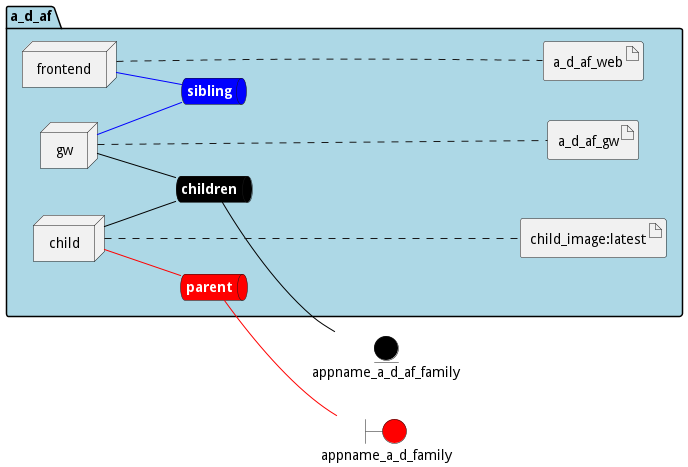
This is docs/edgemere/aml/ds/af/envs/dev/deployment.png from madajaju/edgemere, a PlantUML export, as it was before one commit.
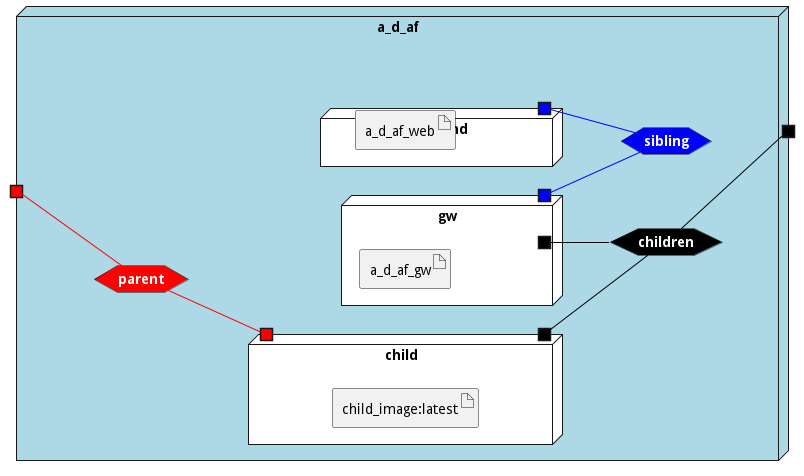
After the commit.

Change to the diagram source:
```diff
@@ -3,57 +3,64 @@
 left to right direction
 
 
-boundary appname_a_d_family #red
-
-
-entity appname_a_d_af_family #black
 
 
 
 
-package "a_d_af" #lightblue {
-    queue childrennet #black [
+
+node "a_d_af" #lightblue {
+
+
+    hexagon childrennet #black [
             <b><color:white>children</color></b>
     ]
 
-    childrennet -[#black]- appname_a_d_af_family
+    portout " " as childrennetPortOut #black
+    childrennet -[#black]- childrennetPortOut
 
-    queue siblingnet #blue [
+    hexagon siblingnet #blue [
             <b><color:white>sibling</color></b>
     ]
 
-    queue parentnet #red [
+    hexagon parentnet #red [
             <b><color:white>parent</color></b>
     ]
 
-    parentnet -[#red]- appname_a_d_family
+    portin " " as parentnetPortIn #red
+    parentnetPortIn -[#red]- parentnet
 
 
-node "child" as childService
-node "frontend" as frontendService
-node "gw" as gwService
+node "child" as childService #white {
+    portOut " " as childServicechildrennet #black
+   childServicechildrennet -[#black]- childrennet
+
+    portIn " " as childServiceparentnet #red
+    parentnet -[#red]- childServiceparentnet
 
 
-        artifact "child_image:latest" as child_imagelatestimage
+    artifact "child_image:latest" as child_imagelatestimage
 
-        artifact "a_d_af_web" as a_d_af_webimage
+}
+node "frontend" as frontendService #white {
+    portOut " " as frontendServicesiblingnet #blue
+   frontendServicesiblingnet -[#blue]- siblingnet
 
-        artifact "a_d_af_gw" as a_d_af_gwimage
+
+    artifact "a_d_af_web" as a_d_af_webimage
+
+}
+node "gw" as gwService #white {
+    portOut " " as gwServicechildrennet #black
+   gwServicechildrennet -[#black]- childrennet
+       portOut " " as gwServicesiblingnet #blue
+   gwServicesiblingnet -[#blue]- siblingnet
+
+
+    artifact "a_d_af_gw" as a_d_af_gwimage
 
 }
 
-childService -[#black]- childrennet
-
-childService -[#red]- parentnet
-
-frontendService -[#blue]- siblingnet
-
-gwService -[#black]- childrennet
-
-gwService -[#blue]- siblingnet
-childService .... child_imagelatestimage
-frontendService .... a_d_af_webimage
-gwService .... a_d_af_gwimage
+}
 
 
 @enduml
```
